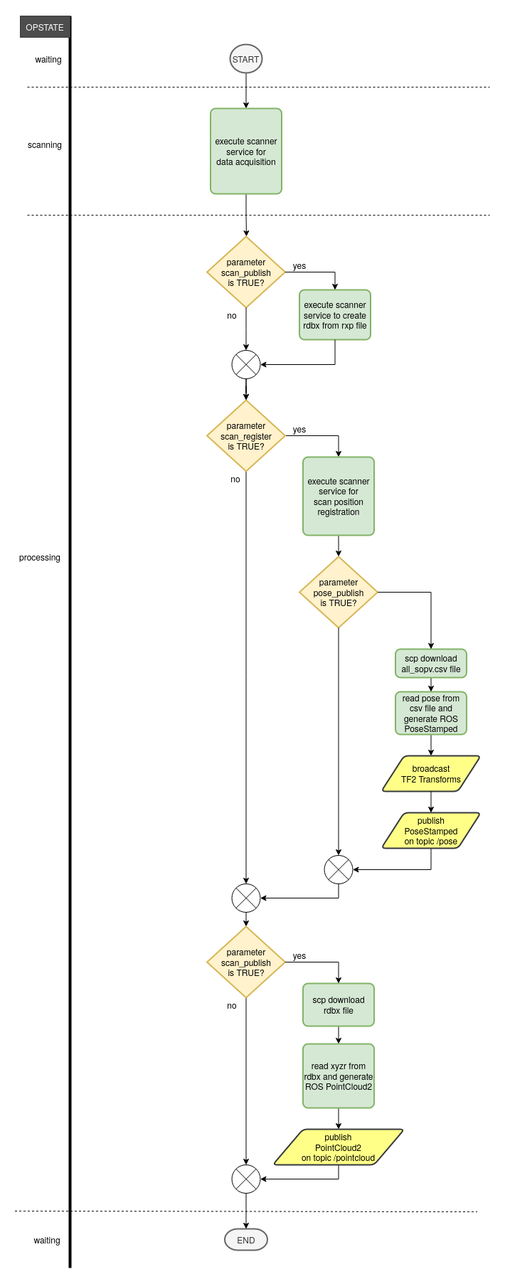
The draw.io diagram riegl_vz/img/scan.png in riegllms/ros-riegl-vz, before a commit. Source tidied: cells renumbered, new cells last; positions are measured from the earlier drawing's top-left corner, leaving out a move shared by most shapes.
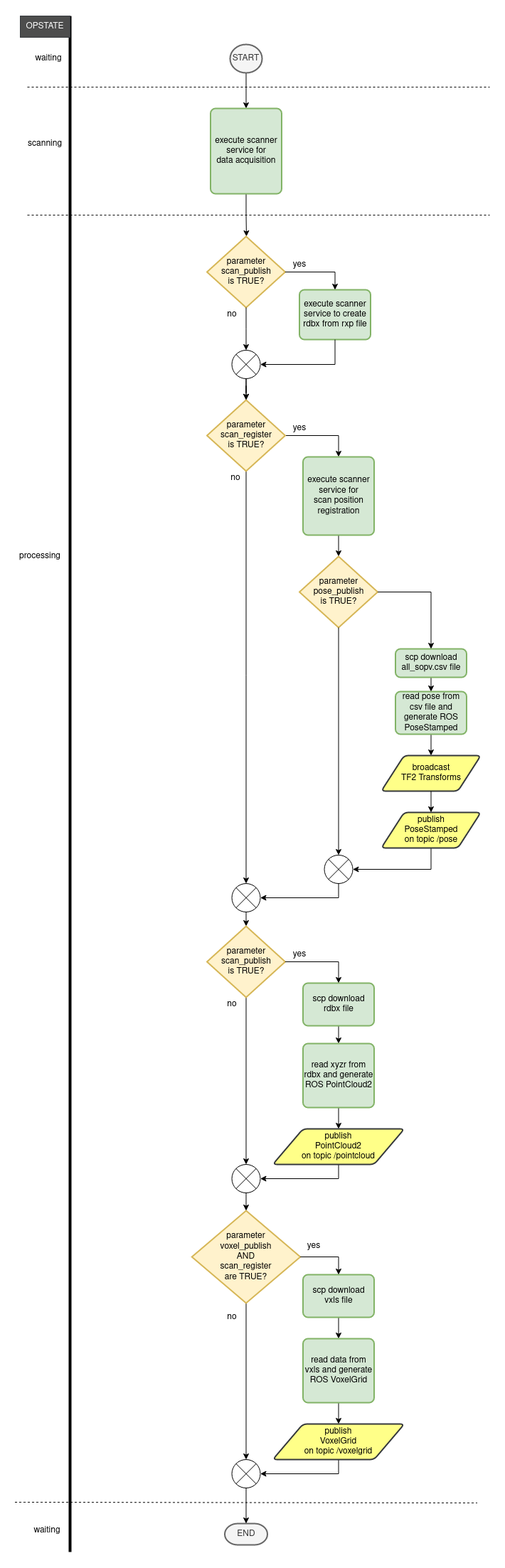
After the change.

Commit message:
Test and fix voxelgrid topic.

What changed in the source:
```diff
@@ -15,7 +15,7 @@
     </mxCell>
     <mxCell id="5" style="endArrow=none;html=1;strokeWidth=4;entryX=1;entryY=0;entryDx=0;entryDy=0;" parent="1" edge="1" target="28">
       <mxGeometry relative="1" as="geometry">
-        <mxPoint x="78" y="1760" as="sourcePoint" />
+        <mxPoint x="78" y="2160" as="sourcePoint" />
       </mxGeometry>
     </mxCell>
     <mxCell id="6" value="waiting" style="text;html=1;strokeColor=none;fillColor=none;align=center;verticalAlign=middle;whiteSpace=wrap;rounded=0;" parent="1" vertex="1">
@@ -64,7 +64,7 @@
       <mxGeometry x="535.5" y="890" width="100" height="40" as="geometry" />
     </mxCell>
     <mxCell id="20" value="waiting" style="text;html=1;strokeColor=none;fillColor=none;align=center;verticalAlign=middle;whiteSpace=wrap;rounded=0;" parent="1" vertex="1">
-      <mxGeometry x="25.5" y="1710" width="40" height="20" as="geometry" />
+      <mxGeometry x="25.5" y="2120" width="40" height="20" as="geometry" />
     </mxCell>
     <mxCell id="21" style="edgeStyle=orthogonalEdgeStyle;rounded=0;jettySize=auto;html=1;exitX=0.5;exitY=1;exitDx=0;exitDy=0;exitPerimeter=0;entryX=0.5;entryY=0;entryDx=0;entryDy=0;entryPerimeter=0;" parent="1" edge="1" source="22" target="37">
       <mxGeometry relative="1" as="geometry" />
@@ -74,12 +74,12 @@
     </mxCell>
     <mxCell id="23" style="endArrow=none;dashed=1;html=1;" parent="1" edge="1">
       <mxGeometry relative="1" as="geometry">
-        <mxPoint x="0.5" y="1680" as="sourcePoint" />
-        <mxPoint x="650.5" y="1681" as="targetPoint" />
+        <mxPoint x="0.5" y="2090" as="sourcePoint" />
+        <mxPoint x="650.5" y="2091" as="targetPoint" />
       </mxGeometry>
     </mxCell>
     <mxCell id="24" value="END" style="strokeWidth=2;html=1;shape=mxgraph.flowchart.terminator;whiteSpace=wrap;fillColor=#f5f5f5;strokeColor=#666666;fontColor=#333333;" parent="1" vertex="1">
-      <mxGeometry x="295.5" y="1705" width="60" height="30" as="geometry" />
+      <mxGeometry x="295.5" y="2120" width="60" height="30" as="geometry" />
     </mxCell>
     <mxCell id="25" value="START" style="strokeWidth=2;html=1;shape=mxgraph.flowchart.start_2;whiteSpace=wrap;fillColor=#f5f5f5;strokeColor=#666666;fontColor=#333333;" parent="1" vertex="1">
       <mxGeometry x="303" y="40" width="45" height="40" as="geometry" />
@@ -149,8 +149,10 @@
     <mxCell id="44" value="no" style="text;html=1;strokeColor=none;fillColor=none;align=center;verticalAlign=middle;whiteSpace=wrap;rounded=0;" parent="1" vertex="1">
       <mxGeometry x="285.5" y="1380" width="40" height="20" as="geometry" />
     </mxCell>
-    <mxCell id="45" style="endArrow=classic;html=1;rounded=0;exitX=0.5;exitY=1;exitDx=0;exitDy=0;exitPerimeter=0;entryX=0.5;entryY=0;entryDx=0;entryDy=0;entryPerimeter=0;" parent="1" edge="1" source="41" target="24">
-      <mxGeometry relative="1" as="geometry" />
+    <mxCell id="45" style="endArrow=classic;html=1;rounded=0;exitX=0.5;exitY=1;exitDx=0;exitDy=0;exitPerimeter=0;entryX=0.5;entryY=0;entryDx=0;entryDy=0;entryPerimeter=0;" parent="1" edge="1" target="24">
+      <mxGeometry relative="1" as="geometry">
+        <mxPoint x="325.5" y="2030" as="sourcePoint" />
+      </mxGeometry>
     </mxCell>
     <mxCell id="46" style="edgeStyle=orthogonalEdgeStyle;rounded=0;jettySize=auto;html=1;exitX=1;exitY=0.5;exitDx=0;exitDy=0;entryX=0.5;entryY=0;entryDx=0;entryDy=0;exitPerimeter=0;" parent="1" edge="1" source="37" target="35">
       <mxGeometry relative="1" as="geometry" />
@@ -210,5 +212,49 @@
     <mxCell id="60" style="edgeStyle=orthogonalEdgeStyle;rounded=0;jettySize=auto;html=1;exitX=0.5;exitY=1;exitDx=0;exitDy=0;entryX=1;entryY=0.5;entryDx=0;entryDy=0;entryPerimeter=0;" parent="1" edge="1" source="52" target="58">
       <mxGeometry relative="1" as="geometry" />
     </mxCell>
+    <mxCell id="61" style="edgeStyle=orthogonalEdgeStyle;rounded=0;jettySize=auto;html=1;exitX=0.5;exitY=1;exitDx=0;exitDy=0;entryX=0.5;entryY=0;entryDx=0;entryDy=0;" parent="1" edge="1" source="62" target="66">
+      <mxGeometry relative="1" as="geometry" />
+    </mxCell>
+    <mxCell id="62" value="&lt;div&gt;scp download &lt;br&gt;&lt;/div&gt;&lt;div&gt;vxls file&lt;br&gt;&lt;/div&gt;" style="rounded=1;whiteSpace=wrap;html=1;absoluteArcSize=1;arcSize=14;strokeWidth=2;fillColor=#d5e8d4;strokeColor=#82b366;" parent="1" vertex="1">
+      <mxGeometry x="405.5" y="1770" width="100" height="60" as="geometry" />
+    </mxCell>
+    <mxCell id="63" style="edgeStyle=orthogonalEdgeStyle;rounded=0;jettySize=auto;html=1;exitX=0.5;exitY=1;exitDx=0;exitDy=0;exitPerimeter=0;" parent="1" edge="1" source="64" target="68">
+      <mxGeometry relative="1" as="geometry" />
+    </mxCell>
+    <mxCell id="64" value="&lt;div&gt;parameter&lt;/div&gt;&lt;div&gt;voxel_publish&lt;/div&gt;&lt;div&gt;AND&lt;/div&gt;&lt;div&gt;scan_register&lt;br&gt;&lt;/div&gt;&lt;div&gt;are TRUE?&lt;br&gt;&lt;/div&gt;" style="strokeWidth=2;html=1;shape=mxgraph.flowchart.decision;whiteSpace=wrap;fillColor=#fff2cc;strokeColor=#d6b656;" parent="1" vertex="1">
+      <mxGeometry x="249.2" y="1680" width="152.5" height="130" as="geometry" />
+    </mxCell>
+    <mxCell id="65" style="edgeStyle=orthogonalEdgeStyle;rounded=0;jettySize=auto;html=1;exitX=0.5;exitY=1;exitDx=0;exitDy=0;entryX=0.5;entryY=0;entryDx=0;entryDy=0;" parent="1" edge="1" source="66" target="69">
+      <mxGeometry relative="1" as="geometry" />
+    </mxCell>
+    <mxCell id="66" value="&lt;div&gt;read data from vxls and generate&lt;br&gt;&lt;/div&gt;&lt;div&gt;ROS VoxelGrid&lt;br&gt;&lt;/div&gt;" style="rounded=1;whiteSpace=wrap;html=1;absoluteArcSize=1;arcSize=14;strokeWidth=2;fillColor=#d5e8d4;strokeColor=#82b366;" parent="1" vertex="1">
+      <mxGeometry x="405.5" y="1860" width="100" height="90" as="geometry" />
+    </mxCell>
+    <mxCell id="67" style="edgeStyle=orthogonalEdgeStyle;rounded=0;jettySize=auto;html=1;exitX=0.5;exitY=1;exitDx=0;exitDy=0;entryX=1;entryY=0.5;entryDx=0;entryDy=0;entryPerimeter=0;" parent="1" edge="1" source="69" target="68">
+      <mxGeometry relative="1" as="geometry">
+        <Array as="points">
+          <mxPoint x="455.5" y="2005" />
+          <mxPoint x="455.5" y="2035" />
+        </Array>
+      </mxGeometry>
+    </mxCell>
+    <mxCell id="68" style="verticalLabelPosition=bottom;verticalAlign=top;html=1;shape=mxgraph.flowchart.or;" parent="1" vertex="1">
+      <mxGeometry x="305.5" y="2030" width="40" height="40" as="geometry" />
+    </mxCell>
+    <mxCell id="69" value="&lt;div&gt;publish&lt;/div&gt;&lt;div&gt;VoxelGrid&lt;/div&gt;&lt;div&gt;on topic /voxelgrid&lt;br&gt;&lt;/div&gt;" style="shape=parallelogram;html=1;strokeWidth=2;perimeter=parallelogramPerimeter;whiteSpace=wrap;rounded=1;arcSize=12;size=0.23;fillColor=#ffff88;strokeColor=#36393d;" parent="1" vertex="1">
+      <mxGeometry x="363" y="1980" width="185" height="50" as="geometry" />
+    </mxCell>
+    <mxCell id="70" value="yes" style="text;html=1;strokeColor=none;fillColor=none;align=center;verticalAlign=middle;whiteSpace=wrap;rounded=0;" parent="1" vertex="1">
+      <mxGeometry x="400.5" y="1720" width="40" height="20" as="geometry" />
+    </mxCell>
+    <mxCell id="71" value="no" style="text;html=1;strokeColor=none;fillColor=none;align=center;verticalAlign=middle;whiteSpace=wrap;rounded=0;" parent="1" vertex="1">
+      <mxGeometry x="285.5" y="1820" width="40" height="20" as="geometry" />
+    </mxCell>
+    <mxCell id="72" style="edgeStyle=orthogonalEdgeStyle;rounded=0;jettySize=auto;html=1;exitX=1;exitY=0.5;exitDx=0;exitDy=0;entryX=0.5;entryY=0;entryDx=0;entryDy=0;exitPerimeter=0;" parent="1" edge="1" source="64" target="62">
+      <mxGeometry relative="1" as="geometry" />
+    </mxCell>
+    <mxCell id="73" style="edgeStyle=orthogonalEdgeStyle;rounded=0;jettySize=auto;html=1;entryX=0.5;entryY=0;entryDx=0;entryDy=0;entryPerimeter=0;exitX=0.5;exitY=1;exitDx=0;exitDy=0;exitPerimeter=0;" parent="1" edge="1" source="41" target="64">
+      <mxGeometry relative="1" as="geometry" />
+    </mxCell>
   </root>
 </mxGraphModel>
```
